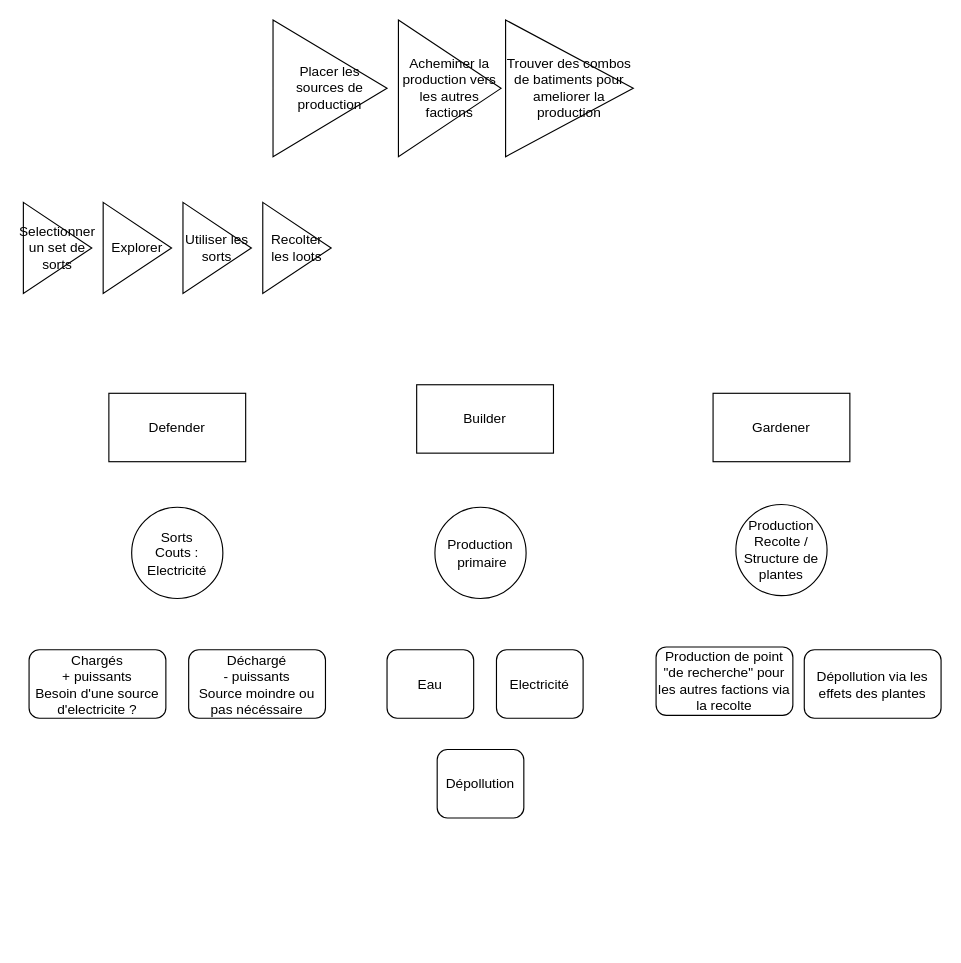
This is Untitled Diagram.drawio from JulienAldon/AsymetricCoop, a draw.io file, before an edit. Source tidied: cells renumbered, new cells numbered last; positions are measured from the earlier drawing's top-left corner, leaving out a move shared by most shapes. Both pictures are drawn from the tidied source at 114%, with x=0, y=0 at pixel (23, 19).
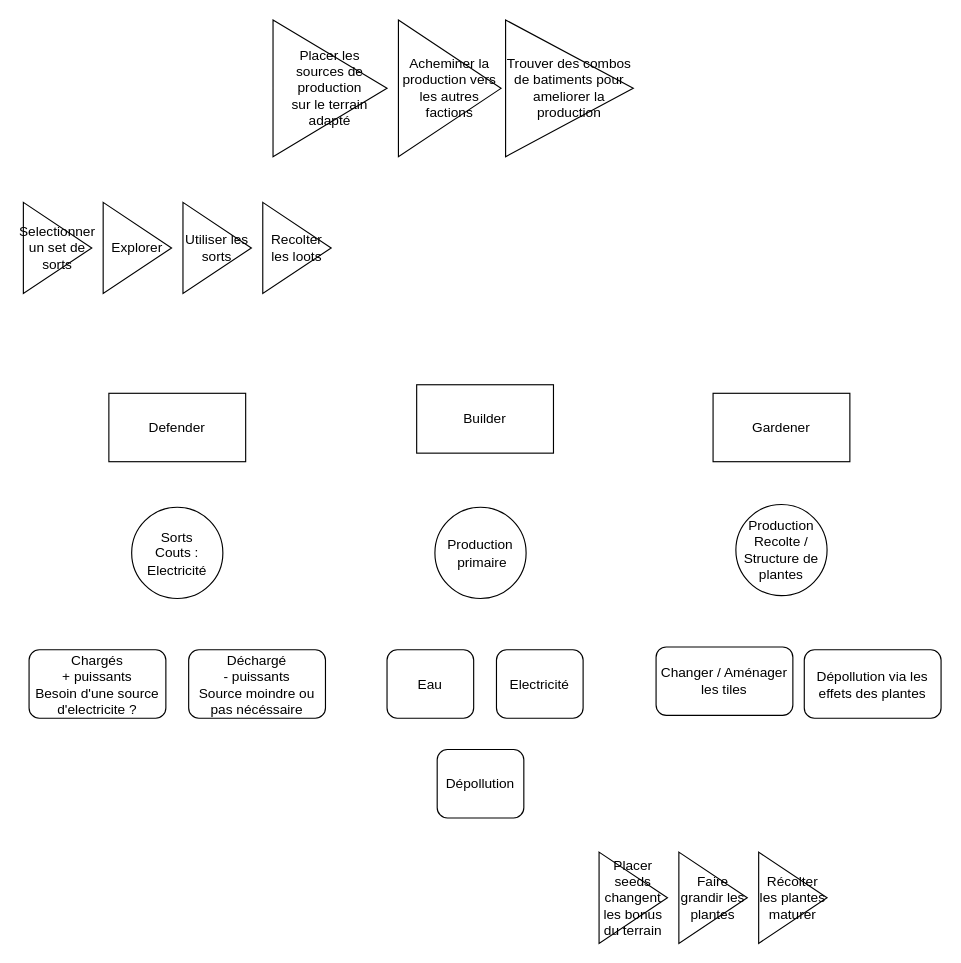
After the change.

Change to the diagram source:
```diff
@@
-    <mxCell id="13" value="Production de point &quot;de recherche&quot; pour les autres factions via la recolte" style="rounded=1;whiteSpace=wrap;html=1;" parent="1" vertex="1">
+    <mxCell id="13" value="Changer / Aménager les tiles" style="rounded=1;whiteSpace=wrap;html=1;" parent="1" vertex="1">
       <mxGeometry x="555" y="550" width="120" height="60" as="geometry" />
     </mxCell>
@@
-    <mxCell id="19" value="&lt;div&gt;Placer les sources de production&lt;/div&gt;" style="triangle;whiteSpace=wrap;html=1;" parent="1" vertex="1">
+    <mxCell id="19" value="&lt;div&gt;Placer les sources de production&lt;/div&gt;sur le terrain adapté" style="triangle;whiteSpace=wrap;html=1;" parent="1" vertex="1">
       <mxGeometry x="219" width="100" height="120" as="geometry" />
     </mxCell>
@@
+    <mxCell id="22" value="Placer seeds changent les bonus du terrain" style="triangle;whiteSpace=wrap;html=1;" parent="1" vertex="1">
+      <mxGeometry x="505" y="730" width="60" height="80" as="geometry" />
+    </mxCell>
+    <mxCell id="23" value="&lt;div&gt;Faire grandir les plantes&lt;/div&gt;" style="triangle;whiteSpace=wrap;html=1;" parent="1" vertex="1">
+      <mxGeometry x="575" y="730" width="60" height="80" as="geometry" />
+    </mxCell>
+    <mxCell id="24" value="&lt;div&gt;Récolter les plantes maturer&lt;/div&gt;" style="triangle;whiteSpace=wrap;html=1;" parent="1" vertex="1">
+      <mxGeometry x="645" y="730" width="60" height="80" as="geometry" />
+    </mxCell>
```
